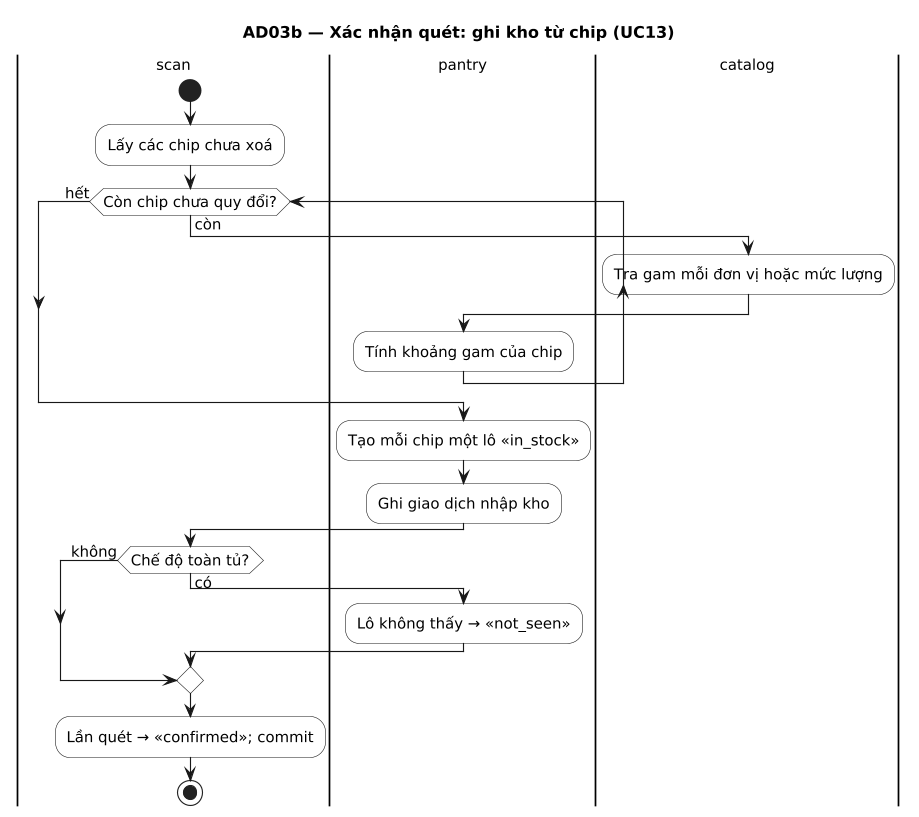
This is docs/uml/out/activity/AD03b-ghi-kho-tu-chip.png from NamBuw/Tastoria, a PlantUML export, as it was before one commit. Source of this version:
```plantuml
@startuml
title AD03b — Xác nhận quét: ghi kho từ chip (UC13)
skinparam shadowing false
skinparam defaultFontName DejaVu Sans
skinparam defaultFontSize 13
skinparam dpi 110

skinparam ActivityBackgroundColor White

|scan|
|pantry|
|catalog|
|scan|
start
:Lấy các chip chưa xoá;
while (Còn chip chưa quy đổi?) is (còn)
  |catalog|
  :Tra gam mỗi đơn vị hoặc mức lượng;
  |pantry|
  :Tính khoảng gam của chip;
|scan|
endwhile (hết)
|pantry|
:Tạo mỗi chip một lô «in_stock»;
:Ghi giao dịch nhập kho;
|scan|
if (Chế độ toàn tủ?) then (có)
  |pantry|
  :Lô không thấy → «not_seen»;
else (không)
endif
|scan|
:Lần quét → «confirmed»; commit;
stop
@enduml
```
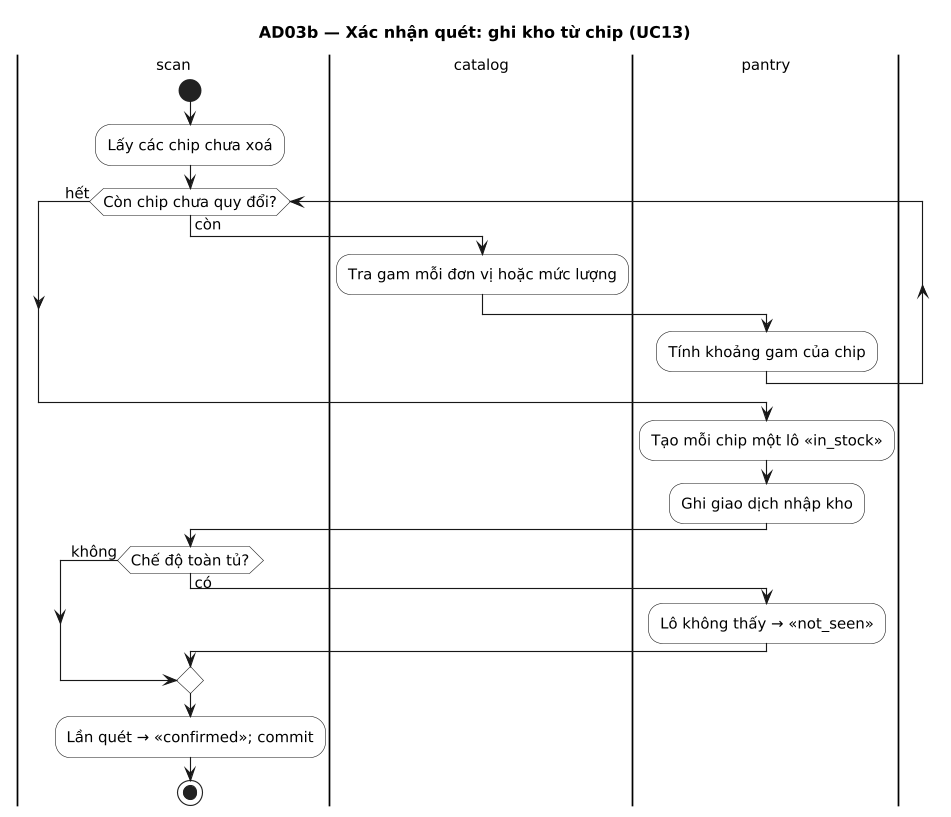
Above is the later version.

The edit, as a diff of the source:
```diff
@@ -8,8 +8,8 @@
 skinparam ActivityBackgroundColor White
 
 |scan|
+|catalog|
 |pantry|
-|catalog|
 |scan|
 start
 :Lấy các chip chưa xoá;
```
